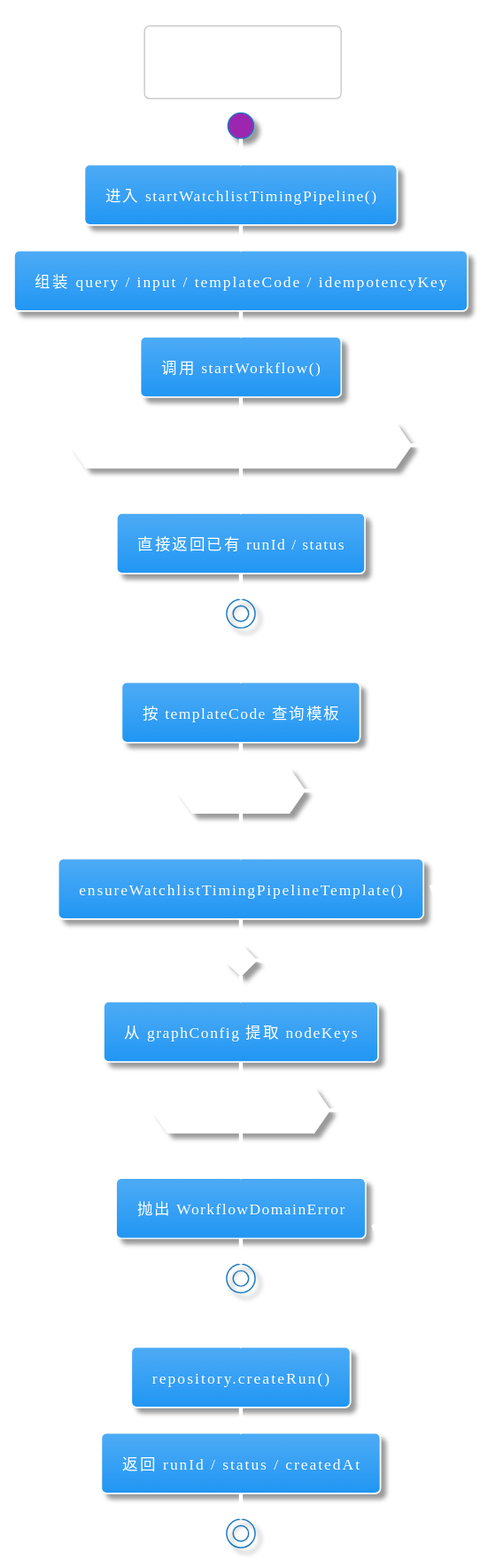
This is docs/workflow-viz/charts/src-server-application-workflow-command-service-ts-b8963d50-activity.svg from maroonxv/stock-screening-boost, a PlantUML export, as it was before one commit.
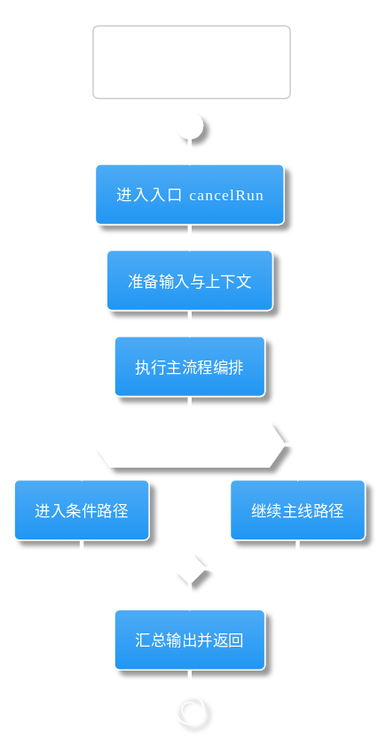
The same file after the commit.

The edit, as a diff of the source:
```diff
@@ -18,26 +18,14 @@
 skinparam StateFontColor #FFFFFF
 title 主流程活动图
 start
-:进入 startWatchlistTimingPipeline();
-:组装 query / input / templateCode / idempotencyKey;
-:调用 startWorkflow();
-if (幂等键命中已有 pending/running run?) then (是)
-  :直接返回已有 runId / status;
-  stop
+:进入入口 cancelRun;
+:准备输入与上下文;
+:执行主流程编排;
+if (是否命中关键分支?) then (是)
+  :进入条件路径;
+else (否)
+  :继续主线路径;
 endif
-
-:按 templateCode 查询模板;
-if (模板缺失?) then (是)
-  :ensureWatchlistTimingPipelineTemplate();
-endif
-
-:从 graphConfig 提取 nodeKeys;
-if (nodeKeys 为空?) then (是)
-  :抛出 WorkflowDomainError;
-  stop
-endif
-
-:repository.createRun();
-:返回 runId / status / createdAt;
+:汇总输出并返回;
 stop
 @enduml
```
